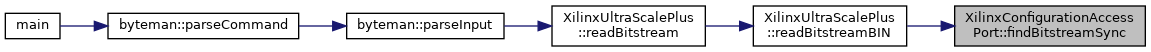
The Graphviz diagram classXilinxConfigurationAccessPort_a323afc347a31a87b314c8d8da952211a_icgraph.png in FPGA-Research-Manchester/byteman, before a commit. Its source is kept beside it as classXilinxConfigurationAccessPort_a323afc347a31a87b314c8d8da952211a_icgraph.dot.
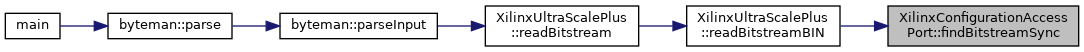
The same diagram one commit later.

Diff of the diagram source:
```diff
@@ -11,7 +11,7 @@
   Node3 -> Node4 [dir="back",color="midnightblue",fontsize="10",style="solid",fontname="Helvetica"];
   Node4 [label="byteman::parseInput",height=0.2,width=0.4,color="black", fillcolor="white", style="filled",URL="$classbyteman.html#ac217ac1dbc512bf44a70b147c0ceff04",tooltip=" "];
   Node4 -> Node5 [dir="back",color="midnightblue",fontsize="10",style="solid",fontname="Helvetica"];
-  Node5 [label="byteman::parseCommand",height=0.2,width=0.4,color="black", fillcolor="white", style="filled",URL="$classbyteman.html#a97ad2d6b20a10ddb0dd8d373159eea4e",tooltip=" "];
+  Node5 [label="byteman::parse",height=0.2,width=0.4,color="black", fillcolor="white", style="filled",URL="$classbyteman.html#a0ce0e992678e3f8b51cc5e01cea14ddb",tooltip=" "];
   Node5 -> Node6 [dir="back",color="midnightblue",fontsize="10",style="solid",fontname="Helvetica"];
   Node6 [label="main",height=0.2,width=0.4,color="black", fillcolor="white", style="filled",URL="$byteman_8cpp.html#a0ddf1224851353fc92bfbff6f499fa97",tooltip=" "];
 }
```
